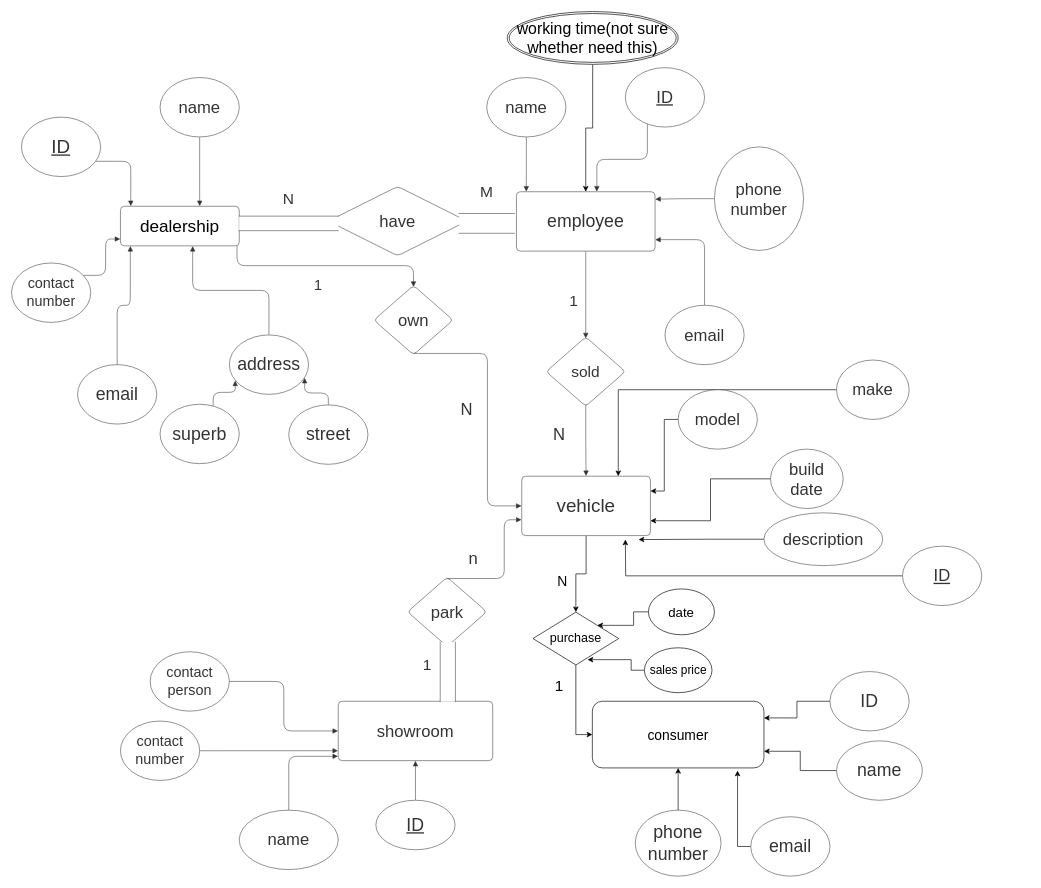
Earlier version of the draw.io diagram Untitled Diagram.drawio (bekon-official/COMP9311). Source tidied: cells renumbered, new cells numbered last; positions are measured from the earlier drawing's top-left corner, leaving out a move shared by most shapes. Both pictures are drawn from the tidied source at 66%, with x=0, y=0 at pixel (11, 11).
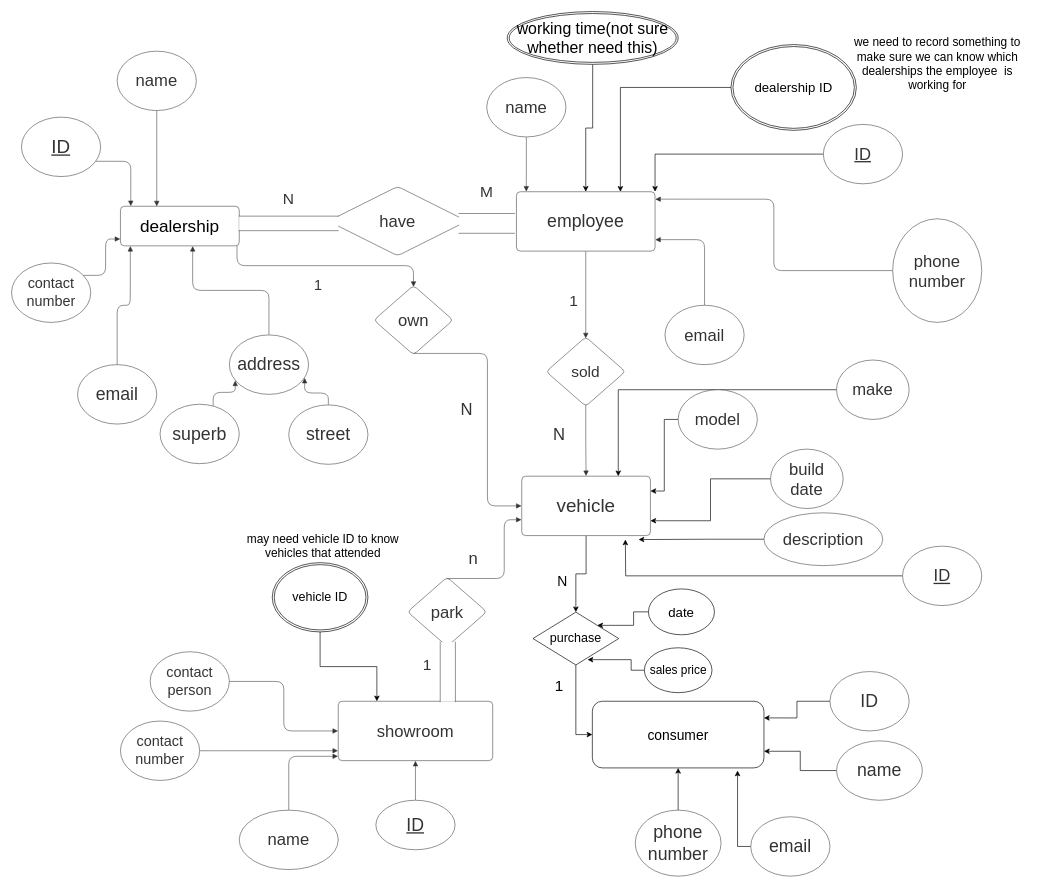
The same page after the edit.

The change refers to these unchanged cells:
```xml
<mxCell id="2" value="dealership" style="html=1;overflow=block;blockSpacing=1;whiteSpace=wrap;whiteSpace=wrap;fontSize=26;fontColor=#000000;align=center;spacing=3.8;strokeColor=#333333;strokeOpacity=100;fillOpacity=100;rounded=1;absoluteArcSize=1;arcSize=12;fillColor=#ffffff;strokeWidth=0.8;" parent="1" vertex="1">
  <mxGeometry x="165" y="295" width="180" height="60" as="geometry" />
</mxCell>
<mxCell id="19" value="employee" style="html=1;overflow=block;blockSpacing=1;whiteSpace=wrap;whiteSpace=wrap;fontSize=26.8;fontColor=#333333;align=center;spacing=3.8;strokeColor=#333333;strokeOpacity=100;fillOpacity=100;rounded=1;absoluteArcSize=1;arcSize=12;fillColor=#ffffff;strokeWidth=0.8;" parent="1" vertex="1">
  <mxGeometry x="765" y="273" width="210" height="90" as="geometry" />
</mxCell>
<mxCell id="42" value="showroom" style="html=1;overflow=block;blockSpacing=1;whiteSpace=wrap;whiteSpace=wrap;fontSize=25.2;fontColor=#333333;align=center;spacing=3.8;strokeColor=#333333;strokeOpacity=100;fillOpacity=100;rounded=1;absoluteArcSize=1;arcSize=12;fillColor=#ffffff;strokeWidth=0.8;" parent="1" vertex="1">
  <mxGeometry x="495" y="1045" width="234" height="90" as="geometry" />
</mxCell>
```

Change to the diagram source:
```diff
@@
     <mxCell id="5" value="name" style="html=1;overflow=block;blockSpacing=1;whiteSpace=wrap;ellipse;whiteSpace=wrap;fontSize=25.2;fontColor=#333333;align=center;spacing=3.8;strokeColor=#333333;strokeOpacity=100;fillOpacity=100;rounded=1;absoluteArcSize=1;arcSize=12;fillColor=#ffffff;strokeWidth=0.8;" parent="1" vertex="1">
-      <mxGeometry x="225" y="100" width="120" height="90" as="geometry" />
+      <mxGeometry x="160" y="60" width="120" height="90" as="geometry" />
     </mxCell>
@@
-    <mxCell id="9" style="html=1;jettySize=18;whiteSpace=wrap;fontSize=13;strokeColor=#333333;strokeOpacity=100;strokeWidth=0.8;rounded=1;arcSize=24;edgeStyle=orthogonalEdgeStyle;startArrow=none;endArrow=block;endFill=1;exitX=0.5;exitY=1.004;exitPerimeter=0;entryX=0.667;entryY=-0.006;entryPerimeter=0;" parent="1" edge="1" source="5" target="2">
-      <mxGeometry relative="1" as="geometry" />
+    <mxCell id="9" style="html=1;jettySize=18;whiteSpace=wrap;fontSize=13;strokeColor=#333333;strokeOpacity=100;strokeWidth=0.8;rounded=1;arcSize=24;edgeStyle=orthogonalEdgeStyle;startArrow=none;endArrow=block;endFill=1;exitX=0.5;exitY=1.004;exitPerimeter=0;" parent="1" edge="1" source="5">
+      <mxGeometry relative="1" as="geometry">
+        <mxPoint x="220" y="295" as="targetPoint" />
+      </mxGeometry>
     </mxCell>
@@
     <mxCell id="20" value="phone number" style="html=1;overflow=block;blockSpacing=1;whiteSpace=wrap;ellipse;whiteSpace=wrap;fontSize=25.2;fontColor=#333333;align=center;spacing=3.8;strokeColor=#333333;strokeOpacity=100;fillOpacity=100;rounded=1;absoluteArcSize=1;arcSize=12;fillColor=#ffffff;strokeWidth=0.8;" parent="1" vertex="1">
-      <mxGeometry x="1065" y="205" width="135" height="157" as="geometry" />
+      <mxGeometry x="1335" y="314" width="135" height="157" as="geometry" />
     </mxCell>
@@
+    <mxCell id="24" style="edgeStyle=orthogonalEdgeStyle;rounded=0;jettySize=auto;html=1;entryX=1;entryY=0;entryDx=0;entryDy=0;" parent="1" edge="1" source="22" target="19">
+      <mxGeometry relative="1" as="geometry" />
+    </mxCell>
     <mxCell id="22" value="ID" style="html=1;overflow=block;blockSpacing=1;whiteSpace=wrap;ellipse;whiteSpace=wrap;fontSize=25.2;fontColor=#333333;fontStyle=4;align=center;spacing=3.8;strokeColor=#333333;strokeOpacity=100;fillOpacity=100;rounded=1;absoluteArcSize=1;arcSize=12;fillColor=#ffffff;strokeWidth=0.8;" parent="1" vertex="1">
-      <mxGeometry x="930" y="85" width="120" height="90" as="geometry" />
+      <mxGeometry x="1230" y="171" width="120" height="90" as="geometry" />
     </mxCell>
@@
-    <mxCell id="24" style="html=1;jettySize=18;whiteSpace=wrap;fontSize=13;strokeColor=#333333;strokeOpacity=100;strokeWidth=0.8;rounded=1;arcSize=24;edgeStyle=orthogonalEdgeStyle;startArrow=none;endArrow=block;endFill=1;exitX=0.278;exitY=0.952;exitPerimeter=0;entryX=0.58;entryY=-0.004;entryPerimeter=0;" parent="1" edge="1" source="22" target="19">
-      <mxGeometry relative="1" as="geometry" />
-    </mxCell>
@@
+    <mxCell id="86" style="edgeStyle=orthogonalEdgeStyle;rounded=0;jettySize=auto;html=1;entryX=0.25;entryY=0;entryDx=0;entryDy=0;" parent="1" edge="1" source="87" target="42">
+      <mxGeometry relative="1" as="geometry" />
+    </mxCell>
+    <mxCell id="87" value="&lt;font style=&quot;font-size: 19px&quot;&gt;vehicle ID&lt;/font&gt;" style="ellipse;shape=doubleEllipse;margin=3;whiteSpace=wrap;html=1;align=center;" parent="1" vertex="1">
+      <mxGeometry x="395" y="835" width="145" height="105" as="geometry" />
+    </mxCell>
+    <mxCell id="88" value="&lt;font style=&quot;font-size: 18px&quot;&gt;may need vehicle ID to know vehicles that attended&lt;/font&gt;" style="text;html=1;strokeColor=none;fillColor=none;align=center;verticalAlign=middle;whiteSpace=wrap;rounded=0;" parent="1" vertex="1">
+      <mxGeometry x="334" y="762" width="276" height="95" as="geometry" />
+    </mxCell>
+    <mxCell id="89" style="edgeStyle=orthogonalEdgeStyle;rounded=0;jettySize=auto;html=1;entryX=0.75;entryY=0;entryDx=0;entryDy=0;" parent="1" edge="1" source="90" target="19">
+      <mxGeometry relative="1" as="geometry" />
+    </mxCell>
+    <mxCell id="90" value="&lt;font style=&quot;font-size: 20px&quot;&gt;dealership ID&lt;/font&gt;" style="ellipse;shape=doubleEllipse;margin=3;whiteSpace=wrap;html=1;align=center;" parent="1" vertex="1">
+      <mxGeometry x="1090" y="50" width="190" height="130" as="geometry" />
+    </mxCell>
+    <mxCell id="91" value="&lt;font style=&quot;font-size: 18px&quot;&gt;we need to record something to make sure we can know which dealerships the employee&amp;nbsp; is working for&lt;/font&gt;" style="text;html=1;strokeColor=none;fillColor=none;align=center;verticalAlign=middle;whiteSpace=wrap;rounded=0;" parent="1" vertex="1">
+      <mxGeometry x="1262.5" y="30" width="280" height="100" as="geometry" />
+    </mxCell>
```
